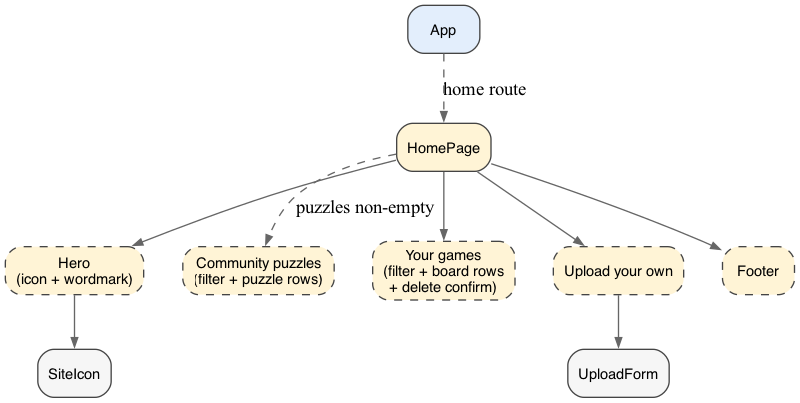
Earlier version of the Graphviz export docs/components-home.png (joelburton/crossplay). Its source is kept beside it as docs/components-home.dot.
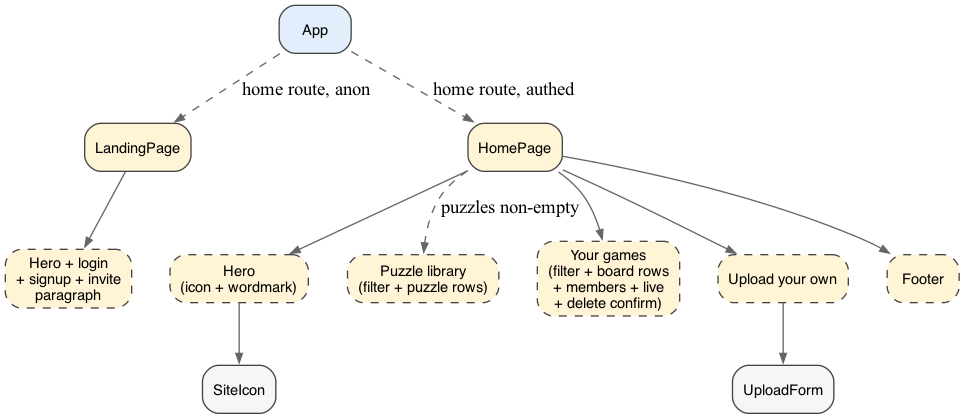
The same file after the commit.

The edit, as a diff of the source:
```diff
@@ -16,20 +16,26 @@
   edge [color="#666", arrowsize=0.7];
 
   App         [fillcolor="#e3eefc"];
+  LandingPage [fillcolor="#fff4d6"];
   HomePage    [fillcolor="#fff4d6"];
   SiteIcon    [fillcolor="#f6f6f6"];
   UploadForm  [fillcolor="#f6f6f6"];
 
   Hero            [fillcolor="#fff4d6", style="rounded,filled,dashed", label="Hero\n(icon + wordmark)"];
-  CommunityList   [fillcolor="#fff4d6", style="rounded,filled,dashed", label="Community puzzles\n(filter + puzzle rows)"];
-  YourGamesList   [fillcolor="#fff4d6", style="rounded,filled,dashed", label="Your games\n(filter + board rows\n+ delete confirm)"];
+  LibraryList     [fillcolor="#fff4d6", style="rounded,filled,dashed", label="Puzzle library\n(filter + puzzle rows)"];
+  YourGamesList   [fillcolor="#fff4d6", style="rounded,filled,dashed", label="Your games\n(filter + board rows\n+ members + live\n+ delete confirm)"];
   UploadSection   [fillcolor="#fff4d6", style="rounded,filled,dashed", label="Upload your own"];
   Footer          [fillcolor="#fff4d6", style="rounded,filled,dashed", label="Footer"];
 
-  App -> HomePage [style=dashed, label="home route"];
+  LandingHero     [fillcolor="#fff4d6", style="rounded,filled,dashed", label="Hero + login\n+ signup + invite\nparagraph"];
+
+  App -> LandingPage [style=dashed, label="home route, anon"];
+  App -> HomePage    [style=dashed, label="home route, authed"];
+
+  LandingPage -> LandingHero;
 
   HomePage -> Hero;
-  HomePage -> CommunityList [style=dashed, label="puzzles non-empty"];
+  HomePage -> LibraryList   [style=dashed, label="puzzles non-empty"];
   HomePage -> YourGamesList;
   HomePage -> UploadSection;
   HomePage -> Footer;
@@ -37,5 +43,5 @@
   Hero          -> SiteIcon;
   UploadSection -> UploadForm;
 
-  { rank=same; Hero; CommunityList; YourGamesList; UploadSection; Footer; }
+  { rank=same; Hero; LibraryList; YourGamesList; UploadSection; Footer; }
 }
```
